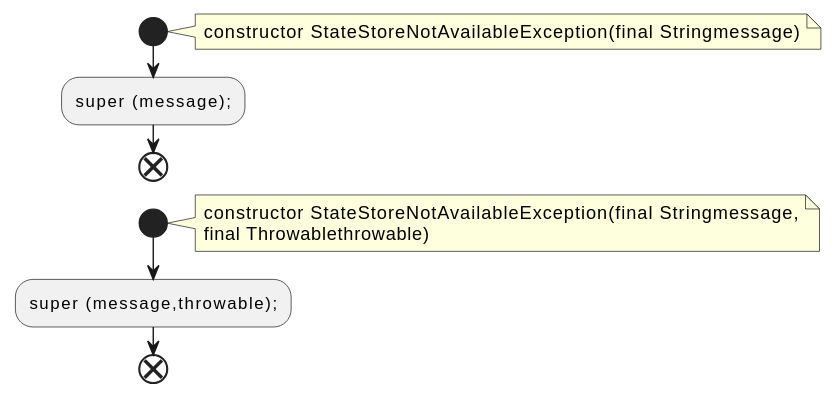
Before: docs/qc/streams/src/main/java/org/apache/kafka/streams/errors/StateStoreNotAvailableException.java.fct.svg, a diagram exported from PlantUML (qualitesys/kafka).
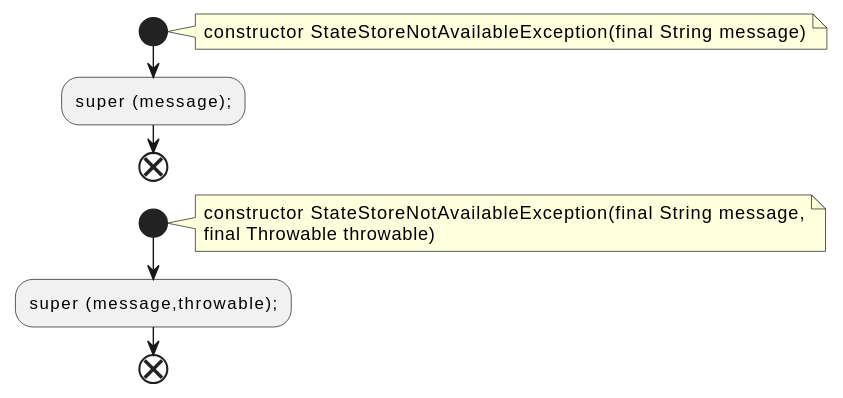
The same file after the commit.

Diff of the diagram source:
```diff
@@ -2,14 +2,14 @@
 !pragma layout smetana
 start
 note right
-constructor StateStoreNotAvailableException(final Stringmessage)
+constructor StateStoreNotAvailableException(final String message)
 end note
 :super (message);;
 end
 start
 note right
-constructor StateStoreNotAvailableException(final Stringmessage,
-final Throwablethrowable)
+constructor StateStoreNotAvailableException(final String message,
+final Throwable throwable)
 end note
 :super (message,throwable);;
 end
```
